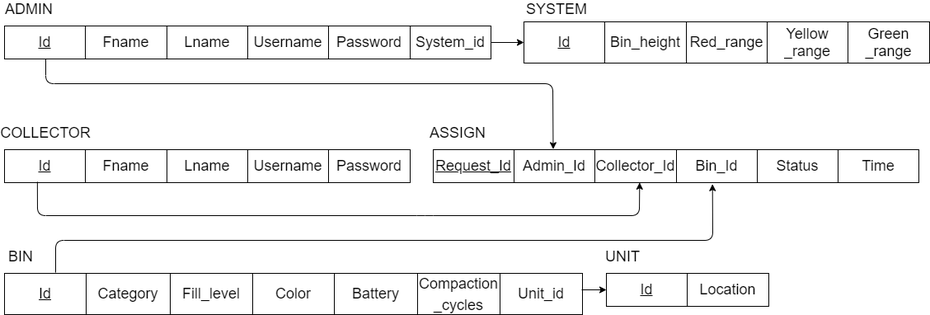
Before: docs/assets/images/diagrams/logical_schema.png, a diagram exported from draw.io (cepdnaclk/e17-3yp-smart-garbage-collection). Source tidied: cells renumbered, new cells last; positions are measured from the earlier drawing's top-left corner, leaving out a move shared by most shapes.
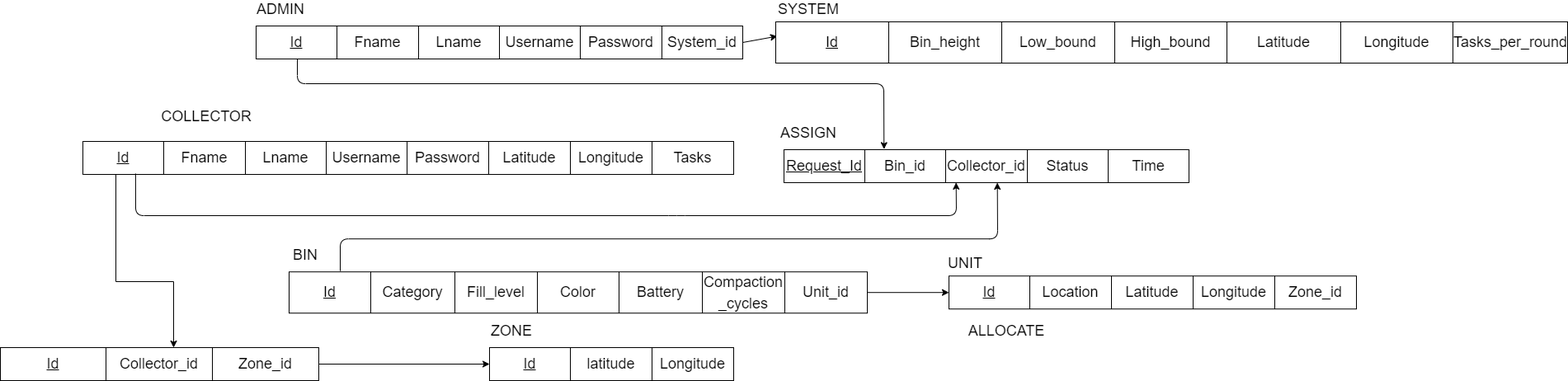
After the commit.

What changed in the source:
```diff
@@ -30,13 +30,21 @@
       <mxGeometry x="10" width="40" height="20" as="geometry" />
     </mxCell>
     <mxCell id="11" value="&lt;font style=&quot;font-size: 18px&quot;&gt;COLLECTOR&lt;/font&gt;" style="text;html=1;strokeColor=none;fillColor=none;align=center;verticalAlign=middle;whiteSpace=wrap;rounded=0;" parent="1" vertex="1">
-      <mxGeometry x="30" y="150" width="40" height="20" as="geometry" />
+      <mxGeometry x="-80" y="130" width="40" height="20" as="geometry" />
     </mxCell>
+    <mxCell id="56" style="edgeStyle=orthogonalEdgeStyle;rounded=0;jettySize=auto;html=1;fontSize=18;" parent="1" edge="1" source="12" target="69">
+      <mxGeometry relative="1" as="geometry">
+        <Array as="points">
+          <mxPoint x="-170" y="340" />
+          <mxPoint x="-100" y="340" />
+        </Array>
+      </mxGeometry>
+    </mxCell>
     <mxCell id="12" style="shape=table;startSize=0;" parent="1" vertex="1">
-      <mxGeometry y="180" width="492" height="40" as="geometry" />
+      <mxGeometry x="-210" y="170" width="789" height="40" as="geometry" />
     </mxCell>
     <mxCell id="13" style="shape=partialRectangle;fillColor=none;top=0;left=0;bottom=0;right=0;points=[[0,0.5],[1,0.5]];portConstraint=eastwest;" parent="12" vertex="1">
-      <mxGeometry width="492" height="40" as="geometry" />
+      <mxGeometry width="789" height="40" as="geometry" />
     </mxCell>
     <mxCell id="14" value="&lt;u&gt;&lt;font style=&quot;font-size: 18px&quot;&gt;Id&lt;/font&gt;&lt;/u&gt;" style="shape=partialRectangle;html=1;whiteSpace=wrap;overflow=hidden;fillColor=none;top=0;left=0;bottom=0;right=0;align=center;" parent="13" vertex="1">
       <mxGeometry width="98" height="40" as="geometry" />
@@ -53,8 +61,17 @@
     <mxCell id="18" value="&lt;font style=&quot;font-size: 18px&quot;&gt;Password&lt;/font&gt;" style="shape=partialRectangle;html=1;whiteSpace=wrap;overflow=hidden;fillColor=none;top=0;left=0;bottom=0;right=0;" parent="13" vertex="1">
       <mxGeometry x="393" width="99" height="40" as="geometry" />
     </mxCell>
+    <mxCell id="57" value="&lt;font style=&quot;font-size: 18px&quot;&gt;Latitude&lt;/font&gt;" style="shape=partialRectangle;html=1;whiteSpace=wrap;overflow=hidden;fillColor=none;top=0;left=0;bottom=0;right=0;" parent="13" vertex="1">
+      <mxGeometry x="492" width="99" height="40" as="geometry" />
+    </mxCell>
+    <mxCell id="58" value="&lt;font style=&quot;font-size: 18px&quot;&gt;Longitude&lt;/font&gt;" style="shape=partialRectangle;html=1;whiteSpace=wrap;overflow=hidden;fillColor=none;top=0;left=0;bottom=0;right=0;" parent="13" vertex="1">
+      <mxGeometry x="591" width="99" height="40" as="geometry" />
+    </mxCell>
+    <mxCell id="59" value="&lt;font style=&quot;font-size: 18px&quot;&gt;Tasks&lt;/font&gt;" style="shape=partialRectangle;html=1;whiteSpace=wrap;overflow=hidden;fillColor=none;top=0;left=0;bottom=0;right=0;" parent="13" vertex="1">
+      <mxGeometry x="690" width="99" height="40" as="geometry" />
+    </mxCell>
     <mxCell id="19" style="shape=table;startSize=0;" parent="1" vertex="1">
-      <mxGeometry y="330" width="701" height="50" as="geometry" />
+      <mxGeometry x="40" y="328.2" width="701" height="50" as="geometry" />
     </mxCell>
     <mxCell id="20" style="shape=partialRectangle;fillColor=none;top=0;left=0;bottom=0;right=0;points=[[0,0.5],[1,0.5]];portConstraint=eastwest;" parent="19" vertex="1">
       <mxGeometry width="701" height="50" as="geometry" />
@@ -81,16 +98,16 @@
       <mxGeometry x="601" width="100" height="50" as="geometry" />
     </mxCell>
     <mxCell id="28" value="&lt;font style=&quot;font-size: 18px&quot;&gt;BIN&lt;/font&gt;" style="text;html=1;strokeColor=none;fillColor=none;align=center;verticalAlign=middle;whiteSpace=wrap;rounded=0;" parent="1" vertex="1">
-      <mxGeometry y="300" width="40" height="20" as="geometry" />
+      <mxGeometry x="40" y="298.2" width="40" height="20" as="geometry" />
     </mxCell>
     <mxCell id="29" value="&lt;font style=&quot;font-size: 18px&quot;&gt;UNIT&lt;/font&gt;" style="text;html=1;strokeColor=none;fillColor=none;align=center;verticalAlign=middle;whiteSpace=wrap;rounded=0;" parent="1" vertex="1">
-      <mxGeometry x="730" y="300" width="40" height="20" as="geometry" />
+      <mxGeometry x="840" y="308.2" width="40" height="20" as="geometry" />
     </mxCell>
     <mxCell id="30" style="shape=table;startSize=0;" parent="1" vertex="1">
-      <mxGeometry x="730" y="330" width="197" height="40" as="geometry" />
+      <mxGeometry x="840" y="333.2" width="494" height="40" as="geometry" />
     </mxCell>
     <mxCell id="31" style="shape=partialRectangle;fillColor=none;top=0;left=0;bottom=0;right=0;points=[[0,0.5],[1,0.5]];portConstraint=eastwest;" parent="30" vertex="1">
-      <mxGeometry width="197" height="40" as="geometry" />
+      <mxGeometry width="494" height="40" as="geometry" />
     </mxCell>
     <mxCell id="32" value="&lt;u&gt;&lt;font style=&quot;font-size: 18px&quot;&gt;Id&lt;/font&gt;&lt;/u&gt;" style="shape=partialRectangle;html=1;whiteSpace=wrap;overflow=hidden;fillColor=none;top=0;left=0;bottom=0;right=0;align=center;" parent="31" vertex="1">
       <mxGeometry width="98" height="40" as="geometry" />
@@ -98,92 +115,141 @@
     <mxCell id="33" value="&lt;font style=&quot;font-size: 18px&quot;&gt;Location&lt;/font&gt;" style="shape=partialRectangle;html=1;whiteSpace=wrap;overflow=hidden;fillColor=none;top=0;left=0;bottom=0;right=0;" parent="31" vertex="1">
       <mxGeometry x="98" width="99" height="40" as="geometry" />
     </mxCell>
+    <mxCell id="60" value="&lt;font style=&quot;font-size: 18px&quot;&gt;Latitude&lt;/font&gt;" style="shape=partialRectangle;html=1;whiteSpace=wrap;overflow=hidden;fillColor=none;top=0;left=0;bottom=0;right=0;" parent="31" vertex="1">
+      <mxGeometry x="197" width="99" height="40" as="geometry" />
+    </mxCell>
+    <mxCell id="61" value="&lt;font style=&quot;font-size: 18px&quot;&gt;Longitude&lt;/font&gt;" style="shape=partialRectangle;html=1;whiteSpace=wrap;overflow=hidden;fillColor=none;top=0;left=0;bottom=0;right=0;" parent="31" vertex="1">
+      <mxGeometry x="296" width="99" height="40" as="geometry" />
+    </mxCell>
+    <mxCell id="62" value="&lt;font style=&quot;font-size: 18px&quot;&gt;Zone_id&lt;/font&gt;" style="shape=partialRectangle;html=1;whiteSpace=wrap;overflow=hidden;fillColor=none;top=0;left=0;bottom=0;right=0;" parent="31" vertex="1">
+      <mxGeometry x="395" width="99" height="40" as="geometry" />
+    </mxCell>
     <mxCell id="34" value="&lt;font style=&quot;font-size: 18px&quot;&gt;SYSTEM&lt;/font&gt;" style="text;html=1;strokeColor=none;fillColor=none;align=center;verticalAlign=middle;whiteSpace=wrap;rounded=0;" parent="1" vertex="1">
       <mxGeometry x="650" width="40" height="20" as="geometry" />
     </mxCell>
-    <mxCell id="35" style="shape=table;startSize=0;" parent="1" vertex="1">
-      <mxGeometry x="630" y="25" width="492" height="50" as="geometry" />
-    </mxCell>
-    <mxCell id="36" style="shape=partialRectangle;fillColor=none;top=0;left=0;bottom=0;right=0;points=[[0,0.5],[1,0.5]];portConstraint=eastwest;" parent="35" vertex="1">
-      <mxGeometry width="492" height="50" as="geometry" />
-    </mxCell>
-    <mxCell id="37" value="&lt;u&gt;&lt;font style=&quot;font-size: 18px&quot;&gt;Id&lt;/font&gt;&lt;/u&gt;" style="shape=partialRectangle;html=1;whiteSpace=wrap;overflow=hidden;fillColor=none;top=0;left=0;bottom=0;right=0;align=center;" parent="36" vertex="1">
-      <mxGeometry width="98" height="50" as="geometry" />
-    </mxCell>
-    <mxCell id="38" value="&lt;font style=&quot;font-size: 18px&quot;&gt;Bin_height&lt;/font&gt;" style="shape=partialRectangle;html=1;whiteSpace=wrap;overflow=hidden;fillColor=none;top=0;left=0;bottom=0;right=0;" parent="36" vertex="1">
-      <mxGeometry x="98" width="99" height="50" as="geometry" />
-    </mxCell>
-    <mxCell id="39" value="&lt;font style=&quot;font-size: 18px&quot;&gt;Red_range&lt;/font&gt;" style="shape=partialRectangle;html=1;whiteSpace=wrap;overflow=hidden;fillColor=none;top=0;left=0;bottom=0;right=0;" parent="36" vertex="1">
-      <mxGeometry x="197" width="98" height="50" as="geometry" />
-    </mxCell>
-    <mxCell id="40" value="&lt;font style=&quot;font-size: 18px&quot;&gt;Yellow&lt;br&gt;_range&lt;/font&gt;" style="shape=partialRectangle;html=1;whiteSpace=wrap;overflow=hidden;fillColor=none;top=0;left=0;bottom=0;right=0;" parent="36" vertex="1">
-      <mxGeometry x="295" width="98" height="50" as="geometry" />
-    </mxCell>
-    <mxCell id="41" value="&lt;font style=&quot;font-size: 18px&quot;&gt;Green&lt;br&gt;_range&lt;/font&gt;" style="shape=partialRectangle;html=1;whiteSpace=wrap;overflow=hidden;fillColor=none;top=0;left=0;bottom=0;right=0;" parent="36" vertex="1">
-      <mxGeometry x="393" width="99" height="50" as="geometry" />
-    </mxCell>
     <mxCell id="42" value="&lt;font style=&quot;font-size: 18px&quot;&gt;ASSIGN&lt;/font&gt;" style="text;html=1;strokeColor=none;fillColor=none;align=center;verticalAlign=middle;whiteSpace=wrap;rounded=0;" parent="1" vertex="1">
-      <mxGeometry x="530" y="150" width="40" height="20" as="geometry" />
+      <mxGeometry x="650" y="150" width="40" height="20" as="geometry" />
     </mxCell>
     <mxCell id="43" style="shape=table;startSize=0;" parent="1" vertex="1">
-      <mxGeometry x="520" y="180" width="589" height="40" as="geometry" />
+      <mxGeometry x="640" y="180" width="491" height="40" as="geometry" />
     </mxCell>
     <mxCell id="44" style="shape=partialRectangle;fillColor=none;top=0;left=0;bottom=0;right=0;points=[[0,0.5],[1,0.5]];portConstraint=eastwest;" parent="43" vertex="1">
-      <mxGeometry width="589" height="40" as="geometry" />
+      <mxGeometry width="491" height="40" as="geometry" />
     </mxCell>
     <mxCell id="45" value="&lt;u&gt;&lt;font style=&quot;font-size: 18px&quot;&gt;Request_Id&lt;/font&gt;&lt;/u&gt;" style="shape=partialRectangle;html=1;whiteSpace=wrap;overflow=hidden;fillColor=none;top=0;left=0;bottom=0;right=0;align=center;" parent="44" vertex="1">
       <mxGeometry width="98" height="40" as="geometry" />
     </mxCell>
-    <mxCell id="46" value="&lt;font style=&quot;font-size: 18px&quot;&gt;Admin_Id&lt;/font&gt;" style="shape=partialRectangle;html=1;whiteSpace=wrap;overflow=hidden;fillColor=none;top=0;left=0;bottom=0;right=0;align=center;" parent="44" vertex="1">
+    <mxCell id="46" value="&lt;font style=&quot;font-size: 18px&quot;&gt;Bin_id&lt;/font&gt;" style="shape=partialRectangle;html=1;whiteSpace=wrap;overflow=hidden;fillColor=none;top=0;left=0;bottom=0;right=0;align=center;" parent="44" vertex="1">
       <mxGeometry x="98" width="98" height="40" as="geometry" />
     </mxCell>
-    <mxCell id="47" value="&lt;font style=&quot;font-size: 18px&quot;&gt;Collector_Id&lt;/font&gt;" style="shape=partialRectangle;html=1;whiteSpace=wrap;overflow=hidden;fillColor=none;top=0;left=0;bottom=0;right=0;" parent="44" vertex="1">
+    <mxCell id="47" value="&lt;font style=&quot;font-size: 18px&quot;&gt;Collector_id&lt;/font&gt;" style="shape=partialRectangle;html=1;whiteSpace=wrap;overflow=hidden;fillColor=none;top=0;left=0;bottom=0;right=0;" parent="44" vertex="1">
       <mxGeometry x="196" width="99" height="40" as="geometry" />
     </mxCell>
-    <mxCell id="48" value="&lt;span style=&quot;font-size: 18px&quot;&gt;Bin_Id&lt;/span&gt;" style="shape=partialRectangle;html=1;whiteSpace=wrap;overflow=hidden;fillColor=none;top=0;left=0;bottom=0;right=0;" parent="44" vertex="1">
+    <mxCell id="48" value="&lt;span style=&quot;font-size: 18px&quot;&gt;Status&lt;/span&gt;" style="shape=partialRectangle;html=1;whiteSpace=wrap;overflow=hidden;fillColor=none;top=0;left=0;bottom=0;right=0;" parent="44" vertex="1">
       <mxGeometry x="295" width="98" height="40" as="geometry" />
     </mxCell>
-    <mxCell id="49" value="&lt;font style=&quot;font-size: 18px&quot;&gt;Status&lt;/font&gt;" style="shape=partialRectangle;html=1;whiteSpace=wrap;overflow=hidden;fillColor=none;top=0;left=0;bottom=0;right=0;" parent="44" vertex="1">
+    <mxCell id="49" value="&lt;font style=&quot;font-size: 18px&quot;&gt;Time&lt;/font&gt;" style="shape=partialRectangle;html=1;whiteSpace=wrap;overflow=hidden;fillColor=none;top=0;left=0;bottom=0;right=0;" parent="44" vertex="1">
       <mxGeometry x="393" width="98" height="40" as="geometry" />
     </mxCell>
-    <mxCell id="50" value="&lt;span style=&quot;font-size: 18px&quot;&gt;Time&lt;/span&gt;" style="shape=partialRectangle;html=1;whiteSpace=wrap;overflow=hidden;fillColor=none;top=0;left=0;bottom=0;right=0;" parent="44" vertex="1">
-      <mxGeometry x="491" width="98" height="40" as="geometry" />
-    </mxCell>
     <mxCell id="51" style="endArrow=classic;html=1;exitX=1;exitY=0.5;exitDx=0;exitDy=0;entryX=0.002;entryY=0.348;entryDx=0;entryDy=0;entryPerimeter=0;" parent="1" edge="1" source="3" target="36">
       <mxGeometry relative="1" as="geometry" />
     </mxCell>
-    <mxCell id="52" style="endArrow=classic;html=1;" parent="1" edge="1">
-      <mxGeometry relative="1" as="geometry">
-        <mxPoint x="700" y="350" as="sourcePoint" />
-        <mxPoint x="730" y="350" as="targetPoint" />
-      </mxGeometry>
+    <mxCell id="52" style="endArrow=classic;html=1;entryX=0;entryY=0.5;entryDx=0;entryDy=0;exitX=1;exitY=0.5;exitDx=0;exitDy=0;" parent="1" edge="1" source="20" target="31">
+      <mxGeometry relative="1" as="geometry" />
     </mxCell>
     <mxCell id="53" style="endArrow=classic;html=1;entryX=0.247;entryY=-0.015;entryDx=0;entryDy=0;entryPerimeter=0;" parent="1" edge="1" target="44">
       <mxGeometry relative="1" as="geometry">
         <mxPoint x="50" y="70" as="sourcePoint" />
         <Array as="points">
           <mxPoint x="50" y="100" />
-          <mxPoint x="665" y="100" />
+          <mxPoint x="761" y="100" />
         </Array>
       </mxGeometry>
     </mxCell>
     <mxCell id="54" style="endArrow=classic;html=1;exitX=0.081;exitY=0.975;exitDx=0;exitDy=0;exitPerimeter=0;entryX=0.425;entryY=0.997;entryDx=0;entryDy=0;entryPerimeter=0;" parent="1" edge="1" source="13" target="44">
       <mxGeometry relative="1" as="geometry">
         <Array as="points">
-          <mxPoint x="40" y="260" />
+          <mxPoint x="-146" y="260" />
           <mxPoint x="510" y="260" />
-          <mxPoint x="770" y="260" />
+          <mxPoint x="849" y="260" />
         </Array>
       </mxGeometry>
     </mxCell>
-    <mxCell id="55" style="endArrow=classic;html=1;entryX=0.575;entryY=1.045;entryDx=0;entryDy=0;entryPerimeter=0;" parent="1" edge="1" target="44">
+    <mxCell id="55" style="endArrow=classic;html=1;entryX=0.575;entryY=1.045;entryDx=0;entryDy=0;entryPerimeter=0;" parent="1" edge="1">
       <mxGeometry relative="1" as="geometry">
-        <mxPoint x="62" y="329" as="sourcePoint" />
+        <mxPoint x="102" y="327.2" as="sourcePoint" />
+        <mxPoint x="898.7" y="220" as="targetPoint" />
         <Array as="points">
-          <mxPoint x="62" y="290" />
-          <mxPoint x="859" y="290" />
+          <mxPoint x="102" y="288.2" />
+          <mxPoint x="899" y="288.2" />
         </Array>
       </mxGeometry>
     </mxCell>
+    <mxCell id="63" style="shape=table;startSize=0;" parent="1" vertex="1">
+      <mxGeometry x="283" y="420" width="296" height="40" as="geometry" />
+    </mxCell>
+    <mxCell id="64" style="shape=partialRectangle;fillColor=none;top=0;left=0;bottom=0;right=0;points=[[0,0.5],[1,0.5]];portConstraint=eastwest;" parent="63" vertex="1">
+      <mxGeometry width="296" height="40" as="geometry" />
+    </mxCell>
+    <mxCell id="65" value="&lt;u&gt;&lt;font style=&quot;font-size: 18px&quot;&gt;Id&lt;/font&gt;&lt;/u&gt;" style="shape=partialRectangle;html=1;whiteSpace=wrap;overflow=hidden;fillColor=none;top=0;left=0;bottom=0;right=0;align=center;" parent="64" vertex="1">
+      <mxGeometry width="98" height="40" as="geometry" />
+    </mxCell>
+    <mxCell id="66" value="&lt;span style=&quot;font-size: 18px&quot;&gt;latitude&lt;/span&gt;&lt;span style=&quot;color: rgba(0 , 0 , 0 , 0) ; font-family: monospace ; font-size: 0px&quot;&gt;%3CmxGraphModel%3E%3Croot%3E%3CmxCell%20id%3D%220%22%2F%3E%3CmxCell%20id%3D%221%22%20parent%3D%220%22%2F%3E%3CmxCell%20id%3D%222%22%20value%3D%22%26lt%3Bfont%20style%3D%26quot%3Bfont-size%3A%2018px%26quot%3B%26gt%3BCOLLECTOR%26lt%3B%2Ffont%26gt%3B%22%20style%3D%22text%3Bhtml%3D1%3BstrokeColor%3Dnone%3BfillColor%3Dnone%3Balign%3Dcenter%3BverticalAlign%3Dmiddle%3BwhiteSpace%3Dwrap%3Brounded%3D0%3B%22%20vertex%3D%221%22%20parent%3D%221%22%3E%3CmxGeometry%20x%3D%22110%22%20y%3D%22200%22%20width%3D%2240%22%20height%3D%2220%22%20as%3D%22geometry%22%2F%3E%3C%2FmxCell%3E%3C%2Froot%3E%3C%2FmxGraphModel%3E&lt;/span&gt;" style="shape=partialRectangle;html=1;whiteSpace=wrap;overflow=hidden;fillColor=none;top=0;left=0;bottom=0;right=0;" parent="64" vertex="1">
+      <mxGeometry x="98" width="99" height="40" as="geometry" />
+    </mxCell>
+    <mxCell id="67" value="&lt;font style=&quot;font-size: 18px&quot;&gt;Longitude&lt;/font&gt;" style="shape=partialRectangle;html=1;whiteSpace=wrap;overflow=hidden;fillColor=none;top=0;left=0;bottom=0;right=0;" parent="64" vertex="1">
+      <mxGeometry x="197" width="99" height="40" as="geometry" />
+    </mxCell>
+    <mxCell id="68" style="shape=table;startSize=0;" parent="1" vertex="1">
+      <mxGeometry x="-310" y="420" width="386" height="40" as="geometry" />
+    </mxCell>
+    <mxCell id="69" style="shape=partialRectangle;fillColor=none;top=0;left=0;bottom=0;right=0;points=[[0,0.5],[1,0.5]];portConstraint=eastwest;" parent="68" vertex="1">
+      <mxGeometry width="386" height="40" as="geometry" />
+    </mxCell>
+    <mxCell id="70" value="&lt;u&gt;&lt;font style=&quot;font-size: 18px&quot;&gt;Id&lt;/font&gt;&lt;/u&gt;" style="shape=partialRectangle;html=1;whiteSpace=wrap;overflow=hidden;fillColor=none;top=0;left=0;bottom=0;right=0;align=center;" parent="69" vertex="1">
+      <mxGeometry width="128" height="40" as="geometry" />
+    </mxCell>
+    <mxCell id="71" value="&lt;font style=&quot;font-size: 18px&quot;&gt;Collector_id&lt;/font&gt;" style="shape=partialRectangle;html=1;whiteSpace=wrap;overflow=hidden;fillColor=none;top=0;left=0;bottom=0;right=0;" parent="69" vertex="1">
+      <mxGeometry x="128" width="129" height="40" as="geometry" />
+    </mxCell>
+    <mxCell id="72" value="&lt;font style=&quot;font-size: 18px&quot;&gt;Zone_id&lt;/font&gt;" style="shape=partialRectangle;html=1;whiteSpace=wrap;overflow=hidden;fillColor=none;top=0;left=0;bottom=0;right=0;" parent="69" vertex="1">
+      <mxGeometry x="257" width="129" height="40" as="geometry" />
+    </mxCell>
+    <mxCell id="73" value="&lt;font style=&quot;font-size: 18px&quot;&gt;ZONE&lt;/font&gt;" style="text;html=1;strokeColor=none;fillColor=none;align=center;verticalAlign=middle;whiteSpace=wrap;rounded=0;" parent="1" vertex="1">
+      <mxGeometry x="290" y="390" width="40" height="20" as="geometry" />
+    </mxCell>
+    <mxCell id="74" value="&lt;font style=&quot;font-size: 18px&quot;&gt;ALLOCATE&lt;/font&gt;" style="text;html=1;strokeColor=none;fillColor=none;align=center;verticalAlign=middle;whiteSpace=wrap;rounded=0;" parent="1" vertex="1">
+      <mxGeometry x="890" y="390" width="40" height="20" as="geometry" />
+    </mxCell>
+    <mxCell id="35" style="shape=table;startSize=0;" parent="1" vertex="1">
+      <mxGeometry x="630" y="25" width="960" height="50" as="geometry" />
+    </mxCell>
+    <mxCell id="36" style="shape=partialRectangle;fillColor=none;top=0;left=0;bottom=0;right=0;points=[[0,0.5],[1,0.5]];portConstraint=eastwest;" parent="35" vertex="1">
+      <mxGeometry width="960" height="50" as="geometry" />
+    </mxCell>
+    <mxCell id="37" value="&lt;u&gt;&lt;font style=&quot;font-size: 18px&quot;&gt;Id&lt;/font&gt;&lt;/u&gt;" style="shape=partialRectangle;html=1;whiteSpace=wrap;overflow=hidden;fillColor=none;top=0;left=0;bottom=0;right=0;align=center;" parent="36" vertex="1">
+      <mxGeometry width="137" height="50" as="geometry" />
+    </mxCell>
+    <mxCell id="38" value="&lt;font style=&quot;font-size: 18px&quot;&gt;Bin_height&lt;/font&gt;" style="shape=partialRectangle;html=1;whiteSpace=wrap;overflow=hidden;fillColor=none;top=0;left=0;bottom=0;right=0;" parent="36" vertex="1">
+      <mxGeometry x="137" width="137" height="50" as="geometry" />
+    </mxCell>
+    <mxCell id="39" value="&lt;font style=&quot;font-size: 18px&quot;&gt;Low_bound&lt;/font&gt;" style="shape=partialRectangle;html=1;whiteSpace=wrap;overflow=hidden;fillColor=none;top=0;left=0;bottom=0;right=0;" parent="36" vertex="1">
+      <mxGeometry x="274" width="137" height="50" as="geometry" />
+    </mxCell>
+    <mxCell id="40" value="&lt;span style=&quot;font-size: 18px&quot;&gt;High_bound&lt;/span&gt;" style="shape=partialRectangle;html=1;whiteSpace=wrap;overflow=hidden;fillColor=none;top=0;left=0;bottom=0;right=0;" parent="36" vertex="1">
+      <mxGeometry x="411" width="136" height="50" as="geometry" />
+    </mxCell>
+    <mxCell id="41" value="&lt;span style=&quot;font-size: 18px&quot;&gt;Latitude&lt;/span&gt;" style="shape=partialRectangle;html=1;whiteSpace=wrap;overflow=hidden;fillColor=none;top=0;left=0;bottom=0;right=0;" parent="36" vertex="1">
+      <mxGeometry x="547" width="138" height="50" as="geometry" />
+    </mxCell>
+    <mxCell id="75" value="&lt;font style=&quot;font-size: 18px&quot;&gt;Longitude&lt;/font&gt;" style="shape=partialRectangle;html=1;whiteSpace=wrap;overflow=hidden;fillColor=none;top=0;left=0;bottom=0;right=0;" parent="36" vertex="1">
+      <mxGeometry x="685" width="136" height="50" as="geometry" />
+    </mxCell>
+    <mxCell id="76" value="&lt;font style=&quot;font-size: 18px&quot;&gt;Tasks_per_round&lt;/font&gt;" style="shape=partialRectangle;html=1;whiteSpace=wrap;overflow=hidden;fillColor=none;top=0;left=0;bottom=0;right=0;" parent="36" vertex="1">
+      <mxGeometry x="821" width="139" height="50" as="geometry" />
+    </mxCell>
+    <mxCell id="77" style="edgeStyle=orthogonalEdgeStyle;rounded=0;jettySize=auto;html=1;exitX=1;exitY=0.5;exitDx=0;exitDy=0;fontSize=18;" parent="1" edge="1" source="69" target="64">
+      <mxGeometry relative="1" as="geometry" />
+    </mxCell>
   </root>
 </mxGraphModel>
```
